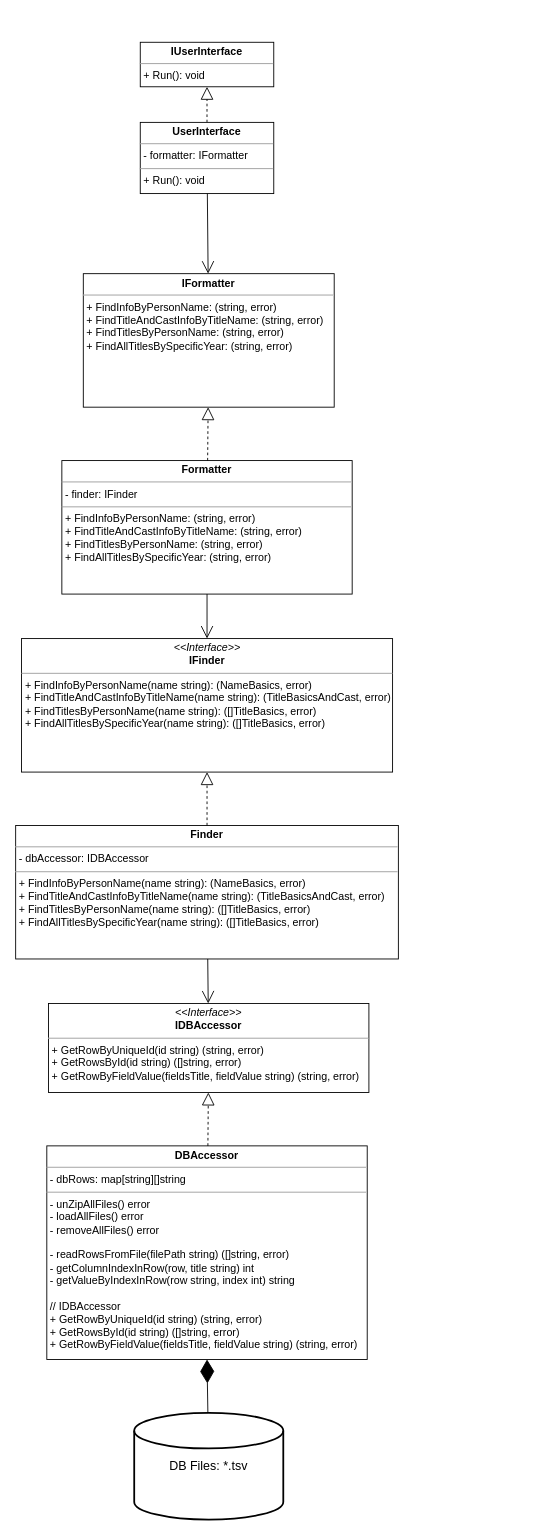
This is docs/UML-diagram.drawio from mk-ambivert/IMDb-searcher, a draw.io file, before an edit. Source tidied: cells renumbered, new cells numbered last; positions are measured from the earlier drawing's top-left corner, leaving out a move shared by most shapes. Both pictures are drawn from the tidied source at 89%, with x=0, y=0 at pixel (15, 42).
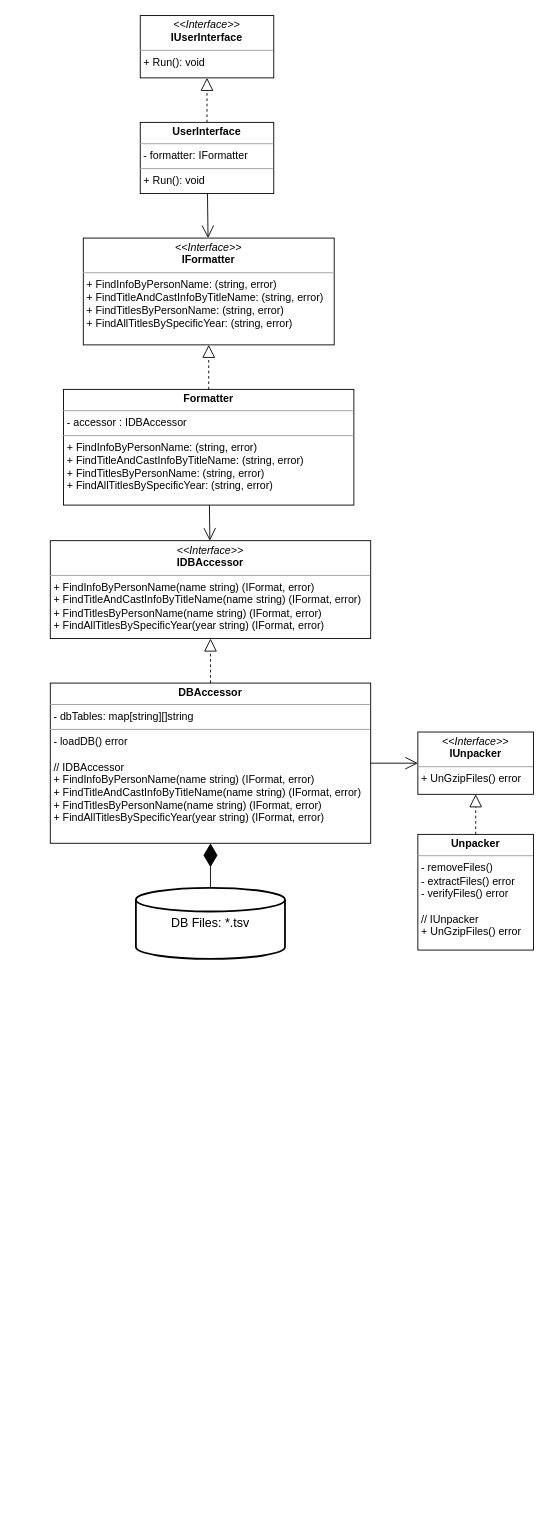
Above is the later version.

Commit message (it also covers changes not shown here):
Changed the architecture: removed the 'information-expert' violation and the ISP violation of DBAccessor by putting the decompression logic into a separate class.

Diff of the diagram source:
```diff
@@
 <mxGraphModel>
   <root>
     <mxCell id="0" />
     <mxCell id="1" parent="0" />
-    <mxCell id="2" value="&lt;p style=&quot;margin:0px;margin-top:4px;text-align:center;&quot;&gt;&lt;b&gt;Finder&lt;/b&gt;&lt;/p&gt;&lt;hr size=&quot;1&quot;&gt;&lt;p style=&quot;margin:0px;margin-left:4px;&quot;&gt;- dbAccessor: IDBAccessor&lt;/p&gt;&lt;hr size=&quot;1&quot;&gt;&lt;p style=&quot;margin:0px;margin-left:4px;&quot;&gt;+ FindInfoByPersonName(name string): (NameBasics, error)&lt;/p&gt;&lt;p style=&quot;margin:0px;margin-left:4px;&quot;&gt;+ FindTitleAndCastInfoByTitleName(name string): (TitleBasicsAndCast, error)&lt;br&gt;&lt;/p&gt;&lt;p style=&quot;margin:0px;margin-left:4px;&quot;&gt;+ FindTitlesByPersonName(name string): ([]TitleBasics, error)&lt;br&gt;&lt;/p&gt;&lt;p style=&quot;margin:0px;margin-left:4px;&quot;&gt;+ FindAllTitlesBySpecificYear(name string): ([]TitleBasics, error)&lt;br&gt;&lt;/p&gt;" style="verticalAlign=top;align=left;overflow=fill;fontSize=12;fontFamily=Helvetica;html=1;" parent="1" vertex="1">
-      <mxGeometry x="0.1" y="880" width="430" height="150" as="geometry" />
-    </mxCell>
-    <mxCell id="3" value="&lt;p style=&quot;margin:0px;margin-top:4px;text-align:center;&quot;&gt;&lt;i&gt;&amp;lt;&amp;lt;Interface&amp;gt;&amp;gt;&lt;/i&gt;&lt;br&gt;&lt;b&gt;IFinder&lt;/b&gt;&lt;/p&gt;&lt;hr size=&quot;1&quot;&gt;&lt;p style=&quot;margin: 0px 0px 0px 4px;&quot;&gt;+ FindInfoByPersonName(name string): (NameBasics, error)&lt;/p&gt;&lt;p style=&quot;margin: 0px 0px 0px 4px;&quot;&gt;+ FindTitleAndCastInfoByTitleName(name string): (TitleBasicsAndCast, error)&lt;br&gt;&lt;/p&gt;&lt;p style=&quot;margin: 0px 0px 0px 4px;&quot;&gt;+ FindTitlesByPersonName(name string): ([]TitleBasics, error)&lt;br&gt;&lt;/p&gt;&lt;p style=&quot;margin: 0px 0px 0px 4px;&quot;&gt;+ FindAllTitlesBySpecificYear(name string): ([]TitleBasics, error)&lt;/p&gt;" style="verticalAlign=top;align=left;overflow=fill;fontSize=12;fontFamily=Helvetica;html=1;" parent="1" vertex="1">
-      <mxGeometry x="6.7" y="670" width="416.9" height="150" as="geometry" />
-    </mxCell>
-    <mxCell id="4" style="endArrow=block;dashed=1;endFill=0;endSize=12;html=1;rounded=0;" parent="1" edge="1" source="2" target="3">
-      <mxGeometry relative="1" as="geometry" />
-    </mxCell>
     <mxCell id="5" value="&lt;font style=&quot;font-size: 14px;&quot;&gt;DB Files: *.tsv&lt;/font&gt;" style="strokeWidth=2;html=1;shape=mxgraph.flowchart.database;whiteSpace=wrap;" parent="1" vertex="1">
-      <mxGeometry x="133.3" y="1540" width="167.5" height="120" as="geometry" />
+      <mxGeometry x="135.2" y="950" width="167.5" height="80" as="geometry" />
     </mxCell>
-    <mxCell id="6" value="&lt;p style=&quot;margin:0px;margin-top:4px;text-align:center;&quot;&gt;&lt;i&gt;&amp;lt;&amp;lt;Interface&amp;gt;&amp;gt;&lt;/i&gt;&lt;br&gt;&lt;b&gt;IDBAccessor&lt;/b&gt;&lt;/p&gt;&lt;hr size=&quot;1&quot;&gt;&lt;p style=&quot;margin:0px;margin-left:4px;&quot;&gt;&lt;span style=&quot;background-color: initial;&quot;&gt;+ GetRowByUniqueId(id string) (string, error)&lt;/span&gt;&lt;br&gt;&lt;/p&gt;&lt;p style=&quot;margin:0px;margin-left:4px;&quot;&gt;+ GetRowsById(id string) ([]string, error)&lt;/p&gt;&lt;p style=&quot;margin:0px;margin-left:4px;&quot;&gt;+ GetRowByFieldValue(fieldsTitle, fieldValue string) (string, error)&lt;/p&gt;" style="verticalAlign=top;align=left;overflow=fill;fontSize=12;fontFamily=Helvetica;html=1;" parent="1" vertex="1">
-      <mxGeometry x="37" y="1080" width="360" height="100" as="geometry" />
+    <mxCell id="6" value="&lt;p style=&quot;margin:0px;margin-top:4px;text-align:center;&quot;&gt;&lt;i&gt;&amp;lt;&amp;lt;Interface&amp;gt;&amp;gt;&lt;/i&gt;&lt;br&gt;&lt;b&gt;IDBAccessor&lt;/b&gt;&lt;/p&gt;&lt;hr size=&quot;1&quot;&gt;&lt;p style=&quot;margin:0px;margin-left:4px;&quot;&gt;+ FindInfoByPersonName(name string) (IFormat, error)&lt;/p&gt;&lt;p style=&quot;margin:0px;margin-left:4px;&quot;&gt;+ FindTitleAndCastInfoByTitleName(name string) (IFormat, error)&lt;/p&gt;&lt;p style=&quot;margin:0px;margin-left:4px;&quot;&gt;+ FindTitlesByPersonName(name string) (IFormat, error)&lt;/p&gt;&lt;p style=&quot;margin:0px;margin-left:4px;&quot;&gt;+ FindAllTitlesBySpecificYear(year string) (IFormat, error)&lt;/p&gt;" style="verticalAlign=top;align=left;overflow=fill;fontSize=12;fontFamily=Helvetica;html=1;" parent="1" vertex="1">
+      <mxGeometry x="39" y="560" width="360" height="110" as="geometry" />
     </mxCell>
-    <mxCell id="7" value="&lt;p style=&quot;margin:0px;margin-top:4px;text-align:center;&quot;&gt;&lt;b&gt;IUserInterface&lt;/b&gt;&lt;/p&gt;&lt;hr size=&quot;1&quot;&gt;&lt;p style=&quot;margin:0px;margin-left:4px;&quot;&gt;+ Run(): void&lt;br&gt;&lt;/p&gt;" style="verticalAlign=top;align=left;overflow=fill;fontSize=12;fontFamily=Helvetica;html=1;" parent="1" vertex="1">
-      <mxGeometry x="140.1" width="150" height="50" as="geometry" />
+    <mxCell id="7" value="&lt;p style=&quot;margin:0px;margin-top:4px;text-align:center;&quot;&gt;&lt;i&gt;&amp;lt;&amp;lt;Interface&amp;gt;&amp;gt;&lt;/i&gt;&lt;b&gt;&lt;br&gt;IUserInterface&lt;/b&gt;&lt;/p&gt;&lt;hr size=&quot;1&quot;&gt;&lt;p style=&quot;margin:0px;margin-left:4px;&quot;&gt;+ Run(): void&lt;br&gt;&lt;/p&gt;" style="verticalAlign=top;align=left;overflow=fill;fontSize=12;fontFamily=Helvetica;html=1;" parent="1" vertex="1">
+      <mxGeometry x="140.1" y="-30" width="150" height="70" as="geometry" />
     </mxCell>
     <mxCell id="8" style="endArrow=block;dashed=1;endFill=0;endSize=12;html=1;rounded=0;" parent="1" edge="1" source="17" target="7">
       <mxGeometry relative="1" as="geometry" />
     </mxCell>
-    <mxCell id="9" value="&lt;p style=&quot;margin:0px;margin-top:4px;text-align:center;&quot;&gt;&lt;b&gt;DBAccessor&lt;/b&gt;&lt;/p&gt;&lt;hr size=&quot;1&quot;&gt;&lt;p style=&quot;margin:0px;margin-left:4px;&quot;&gt;- dbRows: map[string][]string&lt;/p&gt;&lt;hr size=&quot;1&quot;&gt;&lt;p style=&quot;margin: 0px 0px 0px 4px;&quot;&gt;- u&lt;span style=&quot;background-color: initial;&quot;&gt;nZipAllFiles() error&lt;/span&gt;&lt;/p&gt;&lt;p style=&quot;margin: 0px 0px 0px 4px;&quot;&gt;- loadAllFiles() error&lt;/p&gt;&lt;p style=&quot;margin: 0px 0px 0px 4px;&quot;&gt;- removeAllFiles() error&lt;/p&gt;&lt;p style=&quot;margin: 0px 0px 0px 4px;&quot;&gt;&lt;br&gt;&lt;/p&gt;&lt;p style=&quot;margin: 0px 0px 0px 4px;&quot;&gt;- readRowsFromFile(filePath string) ([]string, error)&lt;/p&gt;&lt;p style=&quot;margin: 0px 0px 0px 4px;&quot;&gt;- getColumnIndexInRow(row, title string) int&lt;/p&gt;&lt;p style=&quot;margin: 0px 0px 0px 4px;&quot;&gt;- getValueByIndexInRow(row string, index int) string&lt;/p&gt;&lt;p style=&quot;margin: 0px 0px 0px 4px;&quot;&gt;&lt;br&gt;&lt;/p&gt;&lt;p style=&quot;margin: 0px 0px 0px 4px;&quot;&gt;// IDBAccessor&lt;br&gt;&lt;/p&gt;&lt;p style=&quot;margin: 0px 0px 0px 4px;&quot;&gt;+ GetRowByUniqueId(id string) (string, error)&lt;/p&gt;&lt;p style=&quot;margin: 0px 0px 0px 4px;&quot;&gt;+ GetRowsById(id string) ([]string, error)&lt;/p&gt;&lt;p style=&quot;margin: 0px 0px 0px 4px;&quot;&gt;+ GetRowByFieldValue(fieldsTitle, fieldValue string) (string, error)&lt;/p&gt;" style="verticalAlign=top;align=left;overflow=fill;fontSize=12;fontFamily=Helvetica;html=1;" parent="1" vertex="1">
-      <mxGeometry x="35.1" y="1240" width="360" height="240" as="geometry" />
+    <mxCell id="9" value="&lt;p style=&quot;margin:0px;margin-top:4px;text-align:center;&quot;&gt;&lt;b&gt;DBAccessor&lt;/b&gt;&lt;/p&gt;&lt;hr size=&quot;1&quot;&gt;&lt;p style=&quot;margin:0px;margin-left:4px;&quot;&gt;- dbTables: map[string][]string&lt;/p&gt;&lt;hr size=&quot;1&quot;&gt;&lt;p style=&quot;margin: 0px 0px 0px 4px;&quot;&gt;- loadDB() error&lt;/p&gt;&lt;p style=&quot;margin: 0px 0px 0px 4px;&quot;&gt;&lt;br&gt;&lt;/p&gt;&lt;p style=&quot;margin: 0px 0px 0px 4px;&quot;&gt;// IDBAccessor&lt;br&gt;&lt;/p&gt;&lt;p style=&quot;margin: 0px 0px 0px 4px;&quot;&gt;+ FindInfoByPersonName(name string) (IFormat, error)&lt;/p&gt;&lt;p style=&quot;margin: 0px 0px 0px 4px;&quot;&gt;+ FindTitleAndCastInfoByTitleName(name string) (IFormat, error)&lt;/p&gt;&lt;p style=&quot;margin: 0px 0px 0px 4px;&quot;&gt;+ FindTitlesByPersonName(name string) (IFormat, error)&lt;/p&gt;&lt;p style=&quot;margin: 0px 0px 0px 4px;&quot;&gt;+ FindAllTitlesBySpecificYear(year string) (IFormat, error)&lt;/p&gt;" style="verticalAlign=top;align=left;overflow=fill;fontSize=12;fontFamily=Helvetica;html=1;" parent="1" vertex="1">
+      <mxGeometry x="39" y="720" width="360" height="180" as="geometry" />
     </mxCell>
     <mxCell id="10" style="endArrow=block;dashed=1;endFill=0;endSize=12;html=1;rounded=0;" parent="1" edge="1" source="9" target="6">
       <mxGeometry relative="1" as="geometry" />
     </mxCell>
     <mxCell id="11" style="endArrow=diamondThin;endFill=1;endSize=24;html=1;rounded=0;fontSize=14;entryX=0.5;entryY=1;entryDx=0;entryDy=0;" parent="1" edge="1" source="5" target="9">
       <mxGeometry relative="1" as="geometry" />
     </mxCell>
-    <mxCell id="12" style="endArrow=open;endFill=1;endSize=12;html=1;rounded=0;fontSize=14;" parent="1" edge="1" source="2" target="6">
-      <mxGeometry relative="1" as="geometry" />
-    </mxCell>
-    <mxCell id="13" value="&lt;p style=&quot;margin:0px;margin-top:4px;text-align:center;&quot;&gt;&lt;b&gt;IFormatter&lt;/b&gt;&lt;/p&gt;&lt;hr size=&quot;1&quot;&gt;&lt;p style=&quot;margin: 0px 0px 0px 4px;&quot;&gt;+ FindInfoByPersonName: (string, error)&lt;/p&gt;&lt;p style=&quot;margin: 0px 0px 0px 4px;&quot;&gt;+ FindTitleAndCastInfoByTitleName: (string, error)&lt;br&gt;&lt;/p&gt;&lt;p style=&quot;margin: 0px 0px 0px 4px;&quot;&gt;+ FindTitlesByPersonName: (string, error)&lt;br&gt;&lt;/p&gt;&lt;p style=&quot;margin: 0px 0px 0px 4px;&quot;&gt;+ FindAllTitlesBySpecificYear: (string, error)&lt;/p&gt;" style="verticalAlign=top;align=left;overflow=fill;fontSize=12;fontFamily=Helvetica;html=1;" parent="1" vertex="1">
-      <mxGeometry x="76.1" y="260" width="281.9" height="150" as="geometry" />
+    <mxCell id="13" value="&lt;p style=&quot;margin:0px;margin-top:4px;text-align:center;&quot;&gt;&lt;i&gt;&amp;lt;&amp;lt;Interface&amp;gt;&amp;gt;&lt;/i&gt;&lt;b&gt;&lt;br&gt;IFormatter&lt;/b&gt;&lt;/p&gt;&lt;hr size=&quot;1&quot;&gt;&lt;p style=&quot;margin: 0px 0px 0px 4px;&quot;&gt;+ FindInfoByPersonName: (string, error)&lt;/p&gt;&lt;p style=&quot;margin: 0px 0px 0px 4px;&quot;&gt;+ FindTitleAndCastInfoByTitleName: (string, error)&lt;br&gt;&lt;/p&gt;&lt;p style=&quot;margin: 0px 0px 0px 4px;&quot;&gt;+ FindTitlesByPersonName: (string, error)&lt;br&gt;&lt;/p&gt;&lt;p style=&quot;margin: 0px 0px 0px 4px;&quot;&gt;+ FindAllTitlesBySpecificYear: (string, error)&lt;/p&gt;" style="verticalAlign=top;align=left;overflow=fill;fontSize=12;fontFamily=Helvetica;html=1;" parent="1" vertex="1">
+      <mxGeometry x="76.1" y="220" width="281.9" height="120" as="geometry" />
     </mxCell>
-    <mxCell id="14" value="&lt;p style=&quot;margin:0px;margin-top:4px;text-align:center;&quot;&gt;&lt;b&gt;Formatter&lt;/b&gt;&lt;/p&gt;&lt;hr size=&quot;1&quot;&gt;&lt;p style=&quot;margin:0px;margin-left:4px;&quot;&gt;- finder: IFinder&lt;/p&gt;&lt;hr size=&quot;1&quot;&gt;&lt;p style=&quot;margin: 0px 0px 0px 4px;&quot;&gt;+ FindInfoByPersonName: (string, error)&lt;/p&gt;&lt;p style=&quot;margin: 0px 0px 0px 4px;&quot;&gt;+ FindTitleAndCastInfoByTitleName: (string, error)&lt;br&gt;&lt;/p&gt;&lt;p style=&quot;margin: 0px 0px 0px 4px;&quot;&gt;+ FindTitlesByPersonName: (string, error)&lt;br&gt;&lt;/p&gt;&lt;p style=&quot;margin: 0px 0px 0px 4px;&quot;&gt;+ FindAllTitlesBySpecificYear: (string, error)&lt;/p&gt;" style="verticalAlign=top;align=left;overflow=fill;fontSize=12;fontFamily=Helvetica;html=1;" parent="1" vertex="1">
-      <mxGeometry x="52" y="470" width="326.2" height="150" as="geometry" />
+    <mxCell id="14" value="&lt;p style=&quot;margin:0px;margin-top:4px;text-align:center;&quot;&gt;&lt;b&gt;Formatter&lt;/b&gt;&lt;/p&gt;&lt;hr size=&quot;1&quot;&gt;&lt;p style=&quot;margin:0px;margin-left:4px;&quot;&gt;- accessor : IDBAccessor&lt;/p&gt;&lt;hr size=&quot;1&quot;&gt;&lt;p style=&quot;margin: 0px 0px 0px 4px;&quot;&gt;+ FindInfoByPersonName: (string, error)&lt;/p&gt;&lt;p style=&quot;margin: 0px 0px 0px 4px;&quot;&gt;+ FindTitleAndCastInfoByTitleName: (string, error)&lt;br&gt;&lt;/p&gt;&lt;p style=&quot;margin: 0px 0px 0px 4px;&quot;&gt;+ FindTitlesByPersonName: (string, error)&lt;br&gt;&lt;/p&gt;&lt;p style=&quot;margin: 0px 0px 0px 4px;&quot;&gt;+ FindAllTitlesBySpecificYear: (string, error)&lt;/p&gt;" style="verticalAlign=top;align=left;overflow=fill;fontSize=12;fontFamily=Helvetica;html=1;" parent="1" vertex="1">
+      <mxGeometry x="53.9" y="390" width="326.2" height="130" as="geometry" />
     </mxCell>
-    <mxCell id="15" style="endArrow=open;endFill=1;endSize=12;html=1;rounded=0;fontSize=14;" parent="1" edge="1" source="14" target="3">
+    <mxCell id="15" style="endArrow=open;endFill=1;endSize=12;html=1;rounded=0;fontSize=14;" parent="1" edge="1" source="14" target="6">
       <mxGeometry relative="1" as="geometry" />
     </mxCell>
     <mxCell id="16" style="endArrow=block;dashed=1;endFill=0;endSize=12;html=1;rounded=0;" parent="1" edge="1" source="14" target="13">
       <mxGeometry relative="1" as="geometry" />
     </mxCell>
     <mxCell id="17" value="&lt;p style=&quot;margin:0px;margin-top:4px;text-align:center;&quot;&gt;&lt;b&gt;UserInterface&lt;/b&gt;&lt;/p&gt;&lt;hr size=&quot;1&quot;&gt;&lt;p style=&quot;margin:0px;margin-left:4px;&quot;&gt;- formatter: IFormatter&lt;/p&gt;&lt;hr size=&quot;1&quot;&gt;&lt;p style=&quot;margin: 0px 0px 0px 4px;&quot;&gt;+ Run(): void&lt;/p&gt;" style="verticalAlign=top;align=left;overflow=fill;fontSize=12;fontFamily=Helvetica;html=1;" parent="1" vertex="1">
       <mxGeometry x="140.1" y="90" width="150" height="80" as="geometry" />
     </mxCell>
     <mxCell id="18" style="endArrow=open;endFill=1;endSize=12;html=1;rounded=0;fontSize=14;" parent="1" edge="1" source="17" target="13">
       <mxGeometry relative="1" as="geometry" />
     </mxCell>
+    <mxCell id="19" value="&lt;p style=&quot;margin:0px;margin-top:4px;text-align:center;&quot;&gt;&lt;i&gt;&amp;lt;&amp;lt;Interface&amp;gt;&amp;gt;&lt;/i&gt;&lt;br&gt;&lt;b&gt;IUnpacker&lt;/b&gt;&lt;/p&gt;&lt;hr size=&quot;1&quot;&gt;&lt;p style=&quot;margin:0px;margin-left:4px;&quot;&gt;+ UnGzipFiles() error&lt;/p&gt;" style="verticalAlign=top;align=left;overflow=fill;fontSize=12;fontFamily=Helvetica;html=1;" parent="1" vertex="1">
+      <mxGeometry x="452" y="775" width="130" height="70" as="geometry" />
+    </mxCell>
+    <mxCell id="20" value="&lt;p style=&quot;margin:0px;margin-top:4px;text-align:center;&quot;&gt;&lt;b&gt;Unpacker&lt;/b&gt;&lt;/p&gt;&lt;hr size=&quot;1&quot;&gt;&lt;p style=&quot;margin: 0px 0px 0px 4px;&quot;&gt;- removeFiles()&lt;/p&gt;&lt;p style=&quot;margin: 0px 0px 0px 4px;&quot;&gt;- extractFiles() error&lt;/p&gt;&lt;p style=&quot;margin: 0px 0px 0px 4px;&quot;&gt;- verifyFiles() error&lt;/p&gt;&lt;p style=&quot;margin: 0px 0px 0px 4px;&quot;&gt;&lt;br&gt;&lt;/p&gt;&lt;p style=&quot;margin: 0px 0px 0px 4px;&quot;&gt;// IUnpacker&lt;br&gt;&lt;/p&gt;&lt;p style=&quot;margin: 0px 0px 0px 4px;&quot;&gt;+ UnGzipFiles() error&lt;/p&gt;" style="verticalAlign=top;align=left;overflow=fill;fontSize=12;fontFamily=Helvetica;html=1;" parent="1" vertex="1">
+      <mxGeometry x="452" y="890" width="130" height="130" as="geometry" />
+    </mxCell>
+    <mxCell id="21" style="endArrow=block;dashed=1;endFill=0;endSize=12;html=1;rounded=0;" parent="1" edge="1" source="20" target="19">
+      <mxGeometry relative="1" as="geometry" />
+    </mxCell>
+    <mxCell id="22" style="endArrow=open;endFill=1;endSize=12;html=1;rounded=0;fontSize=14;" parent="1" edge="1" source="9" target="19">
+      <mxGeometry relative="1" as="geometry" />
+    </mxCell>
   </root>
 </mxGraphModel>
```
